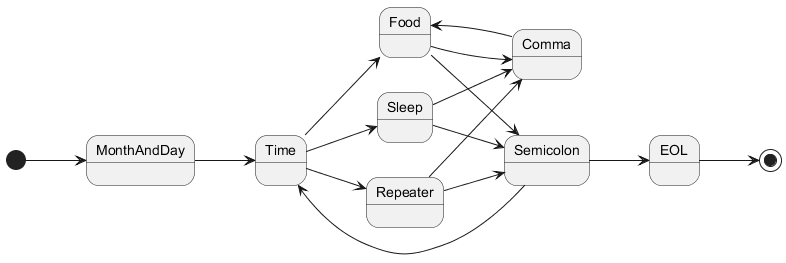
This is Documentation/diagram_001.png from asison19/food-interpreter, a PlantUML export, as it was before one commit.
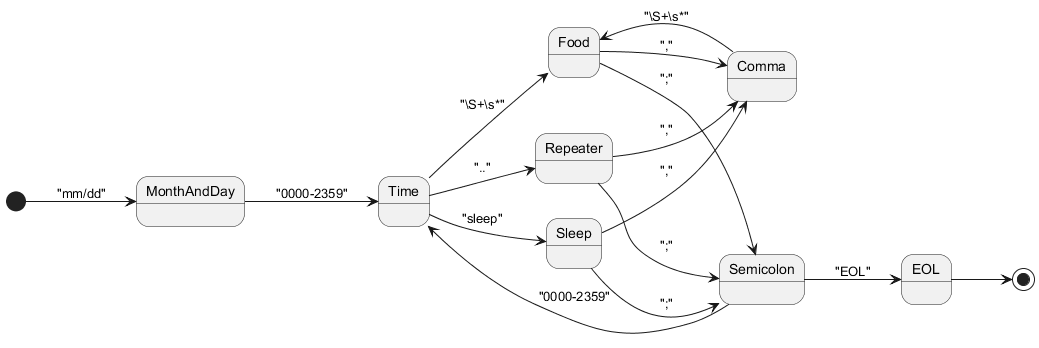
The same file after the commit.

Diff of the diagram source:
```diff
@@ -2,27 +2,27 @@
 
 left to right direction
 
-[*] --> MonthAndDay
+[*] --> MonthAndDay : "mm/dd"
 
-MonthAndDay --> Time
+MonthAndDay --> Time : "0000-2359"
 
-Time --> Food
-Time --> Repeater
-Time --> Sleep
+Time --> Food : "\S+\s*"
+Time --> Repeater : ".."
+Time --> Sleep : "sleep"
 
-Food --> Comma
-Food --> Semicolon
+Food --> Comma : ","
+Food --> Semicolon : ";"
 
-Repeater --> Semicolon
-Repeater --> Comma
+Repeater --> Semicolon : ";"
+Repeater --> Comma : ","
 
-Sleep --> Comma
-Sleep --> Semicolon
+Sleep --> Comma : ","
+Sleep --> Semicolon : ";"
 
-Comma --> Food
+Comma --> Food : "\S+\s*"
 
-Semicolon --> Time
-Semicolon --> EOL
+Semicolon --> Time : "0000-2359"
+Semicolon --> EOL : "EOL"
 
 EOL --> [*]
 
```
